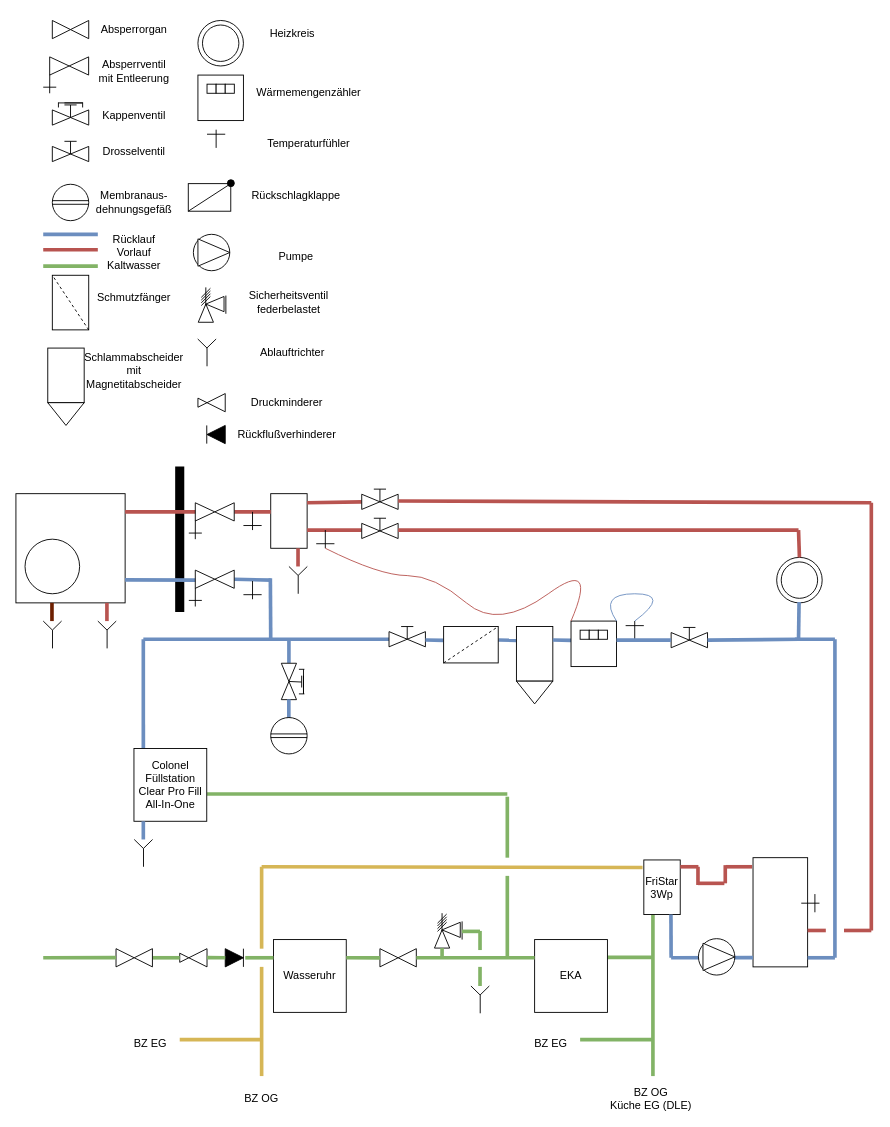
Above: hydraulik.drawio in eddi0815/socket2 (draw.io), before the change. Source tidied: cells renumbered, new cells numbered last; positions are measured from the earlier drawing's top-left corner, leaving out a move shared by most shapes. Both pictures are drawn from the tidied source at 91%, with x=0, y=0 at pixel (15, 15).
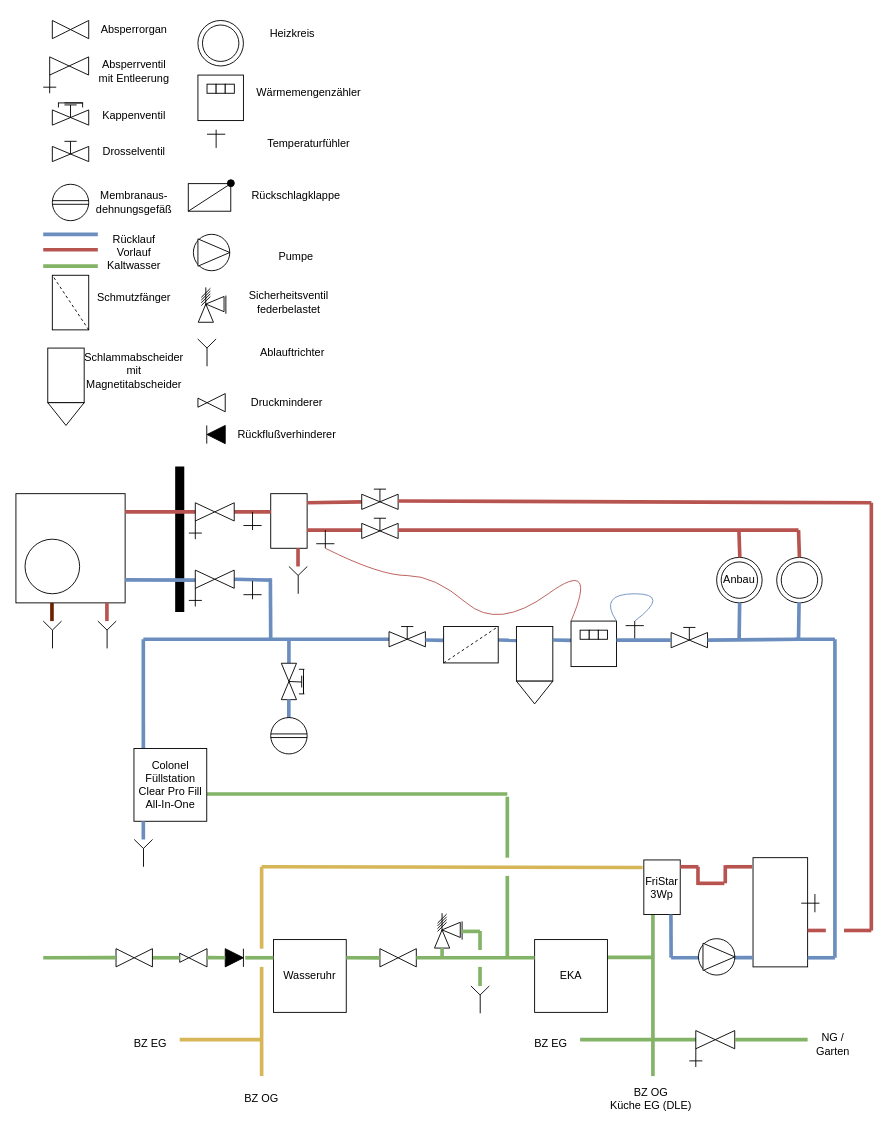
Above is the later version.

Diff of the diagram source:
```diff
@@
+    <mxCell id="300" style="endArrow=none;html=1;rounded=0;jumpSize=6;strokeWidth=4;fillColor=#d5e8d4;strokeColor=#82b366;" parent="1" edge="1">
+      <mxGeometry relative="1" as="geometry">
+        <mxPoint x="700" y="1125" as="sourcePoint" />
+        <mxPoint x="750" y="1125" as="targetPoint" />
+      </mxGeometry>
+    </mxCell>
+    <mxCell id="301" style="group;" parent="1" vertex="1">
+      <mxGeometry x="740" y="1115" width="50" height="40" as="geometry" />
+    </mxCell>
+    <mxCell id="302" style="endArrow=none;html=1;rounded=0;" parent="301" edge="1">
+      <mxGeometry relative="1" as="geometry">
+        <mxPoint y="33.3" as="sourcePoint" />
+        <mxPoint x="14.3" y="33.3" as="targetPoint" />
+      </mxGeometry>
+    </mxCell>
+    <mxCell id="303" style="group;" parent="301" vertex="1">
+      <mxGeometry x="7.1" width="42.9" height="40" as="geometry" />
+    </mxCell>
+    <mxCell id="304" style="triangle;whiteSpace=wrap;html=1;" parent="303" vertex="1">
+      <mxGeometry width="21.4" height="20" as="geometry" />
+    </mxCell>
+    <mxCell id="305" style="triangle;whiteSpace=wrap;html=1;rotation=-180;" parent="303" vertex="1">
+      <mxGeometry x="21.4" width="21.4" height="20" as="geometry" />
+    </mxCell>
+    <mxCell id="306" style="endArrow=none;html=1;rounded=0;entryX=0.003;entryY=0.985;entryDx=0;entryDy=0;entryPerimeter=0;" parent="303" edge="1" target="304">
+      <mxGeometry relative="1" as="geometry">
+        <mxPoint y="40" as="sourcePoint" />
+      </mxGeometry>
+    </mxCell>
+    <mxCell id="307" style="endArrow=none;html=1;rounded=0;jumpSize=6;strokeWidth=4;fillColor=#d5e8d4;strokeColor=#82b366;" parent="1" edge="1">
+      <mxGeometry relative="1" as="geometry">
+        <mxPoint x="790" y="1125" as="sourcePoint" />
+        <mxPoint x="870" y="1125" as="targetPoint" />
+      </mxGeometry>
+    </mxCell>
+    <mxCell id="308" value="NG / Garten" style="text;html=1;align=center;verticalAlign=middle;whiteSpace=wrap;rounded=0;" parent="1" vertex="1">
+      <mxGeometry x="870" y="1115" width="56" height="30" as="geometry" />
+    </mxCell>
+    <mxCell id="309" style="group;" parent="1" vertex="1">
+      <mxGeometry x="770" y="595" width="50" height="50" as="geometry" />
+    </mxCell>
+    <mxCell id="310" style="group;" parent="309" vertex="1">
+      <mxGeometry width="50" height="50" as="geometry" />
+    </mxCell>
+    <mxCell id="311" style="ellipse;whiteSpace=wrap;html=1;" parent="310" vertex="1">
+      <mxGeometry width="50" height="50" as="geometry" />
+    </mxCell>
+    <mxCell id="312" style="group;" parent="309" vertex="1">
+      <mxGeometry x="5" y="5" width="40" height="40" as="geometry" />
+    </mxCell>
+    <mxCell id="313" value="Anbau" style="ellipse;whiteSpace=wrap;html=1;" parent="312" vertex="1">
+      <mxGeometry width="40" height="40" as="geometry" />
+    </mxCell>
+    <mxCell id="314" style="endArrow=none;html=1;rounded=0;jumpSize=6;strokeWidth=4;fillColor=#f8cecc;strokeColor=#b85450;entryX=0.5;entryY=0;entryDx=0;entryDy=0;" parent="1" edge="1">
+      <mxGeometry relative="1" as="geometry">
+        <mxPoint x="794.5" y="565" as="sourcePoint" />
+        <mxPoint x="795.5" y="595" as="targetPoint" />
+      </mxGeometry>
+    </mxCell>
+    <mxCell id="315" style="endArrow=none;html=1;rounded=0;jumpSize=6;strokeWidth=4;fillColor=#dae8fc;strokeColor=#6c8ebf;" parent="1" edge="1">
+      <mxGeometry relative="1" as="geometry">
+        <mxPoint x="794.7" y="686" as="sourcePoint" />
+        <mxPoint x="795.3" y="645" as="targetPoint" />
+      </mxGeometry>
+    </mxCell>
```
